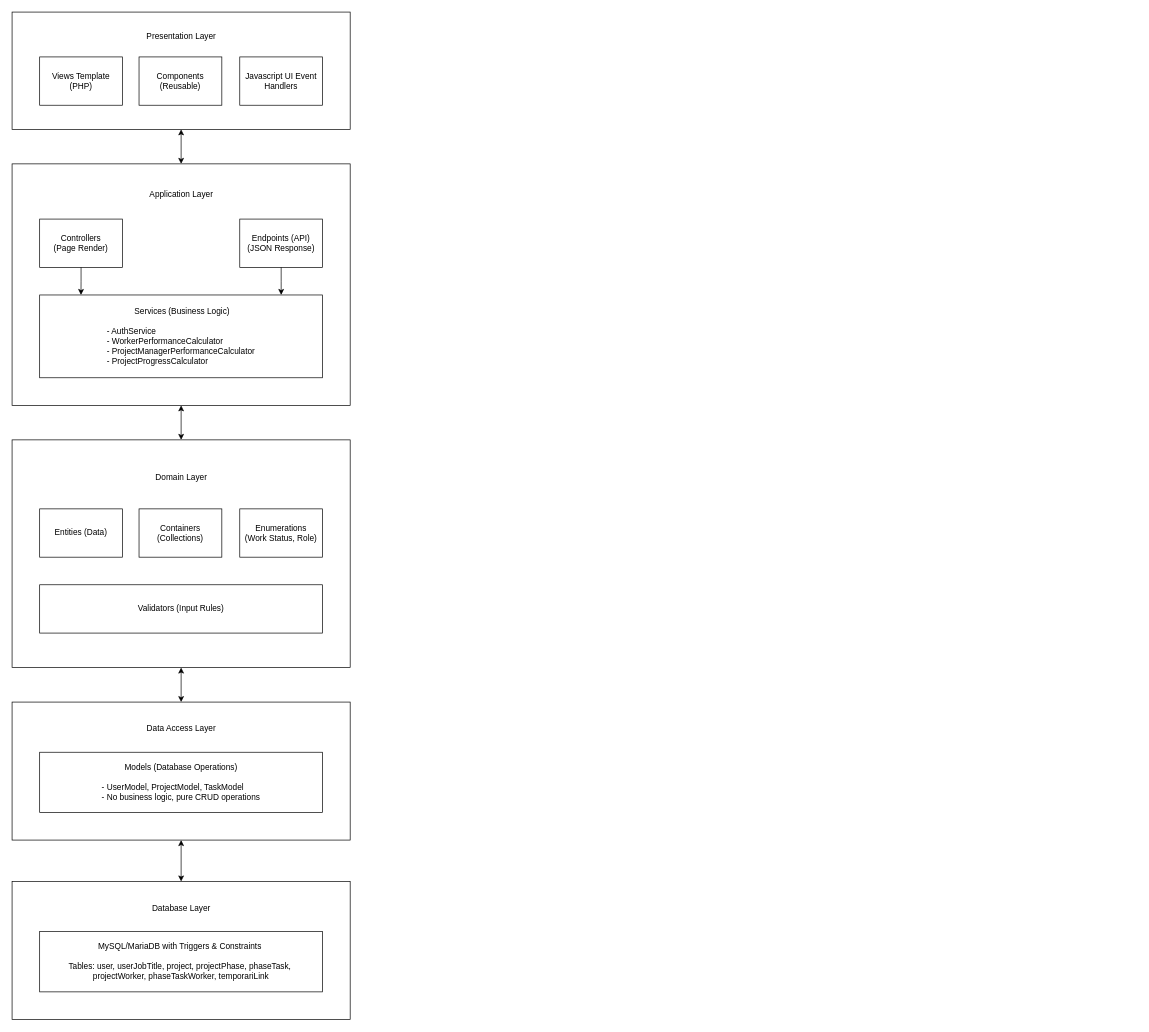
krtScrtr004/TaskFlow keeps this draw.io diagram as documentation/System Architercture Diagram v1.drawio. Above is the earlier version. Source tidied: cells renumbered, new cells numbered last; positions are measured from the earlier drawing's top-left corner, leaving out a move shared by most shapes. Both pictures are drawn from the tidied source at 69%, with x=0, y=0 at pixel (12, 12).
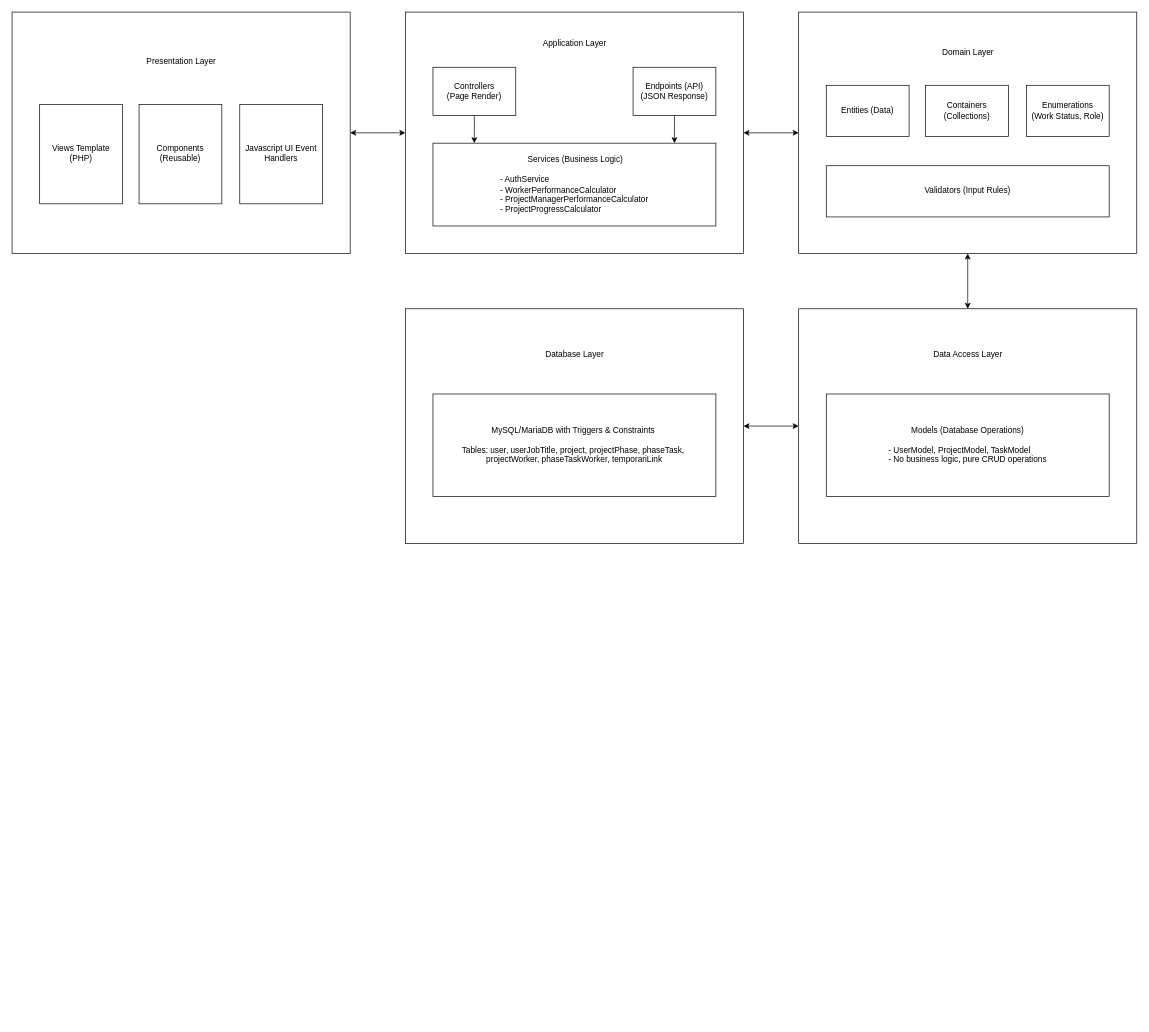
After the change.

Unchanged cells that the change refers to:
```xml
<mxCell id="4" style="rounded=0;whiteSpace=wrap;html=1;spacingTop=-1;" parent="3" vertex="1">
  <mxGeometry width="490" height="350" as="geometry" />
</mxCell>
```

The edit, as a diff of the source:
```diff
@@
     <mxCell id="3" style="group;spacingTop=-1;" parent="1" vertex="1">
-      <mxGeometry y="220" width="490" height="350" as="geometry" />
+      <mxGeometry x="570" width="490" height="350" as="geometry" />
     </mxCell>
@@
     <mxCell id="11" style="group;spacingTop=-1;" parent="1" vertex="1">
-      <mxGeometry width="490" height="170" as="geometry" />
+      <mxGeometry width="490" height="350" as="geometry" />
     </mxCell>
     <mxCell id="12" style="rounded=0;whiteSpace=wrap;html=1;spacingTop=-1;" parent="11" vertex="1">
-      <mxGeometry width="490" height="170" as="geometry" />
+      <mxGeometry width="490" height="350" as="geometry" />
     </mxCell>
     <mxCell id="13" value="Presentation Layer" style="text;html=1;align=center;verticalAlign=middle;whiteSpace=wrap;rounded=0;spacingTop=-1;" parent="11" vertex="1">
-      <mxGeometry x="172.5" y="20" width="145" height="30" as="geometry" />
+      <mxGeometry x="172.5" y="41.2" width="145" height="61.8" as="geometry" />
     </mxCell>
     <mxCell id="14" value="Views Template&lt;div&gt;(PHP)&lt;/div&gt;" style="rounded=0;whiteSpace=wrap;html=1;spacingTop=-1;" parent="11" vertex="1">
-      <mxGeometry x="40" y="65" width="120" height="70" as="geometry" />
+      <mxGeometry x="40" y="133.8" width="120" height="144.1" as="geometry" />
     </mxCell>
     <mxCell id="15" value="Components&lt;div&gt;(Reusable)&lt;/div&gt;" style="rounded=0;whiteSpace=wrap;html=1;spacingTop=-1;" parent="11" vertex="1">
-      <mxGeometry x="184" y="65" width="120" height="70" as="geometry" />
+      <mxGeometry x="184" y="133.8" width="120" height="144.1" as="geometry" />
     </mxCell>
     <mxCell id="16" value="Javascript UI Event Handlers" style="rounded=0;whiteSpace=wrap;html=1;spacingTop=-1;" parent="11" vertex="1">
-      <mxGeometry x="330" y="65" width="120" height="70" as="geometry" />
+      <mxGeometry x="330" y="133.8" width="120" height="144.1" as="geometry" />
     </mxCell>
-    <mxCell id="17" style="edgeStyle=orthogonalEdgeStyle;rounded=0;jettySize=auto;html=1;entryX=0.5;entryY=0;entryDx=0;entryDy=0;startArrow=classic;startFill=1;spacingTop=-1;" parent="1" edge="1" source="4" target="19">
-      <mxGeometry relative="1" as="geometry" />
+    <mxCell id="17" style="edgeStyle=orthogonalEdgeStyle;rounded=0;jettySize=auto;html=1;entryX=0;entryY=0.5;entryDx=0;entryDy=0;startArrow=classic;startFill=1;spacingTop=-1;" parent="1" edge="1" source="4" target="19">
+      <mxGeometry relative="1" as="geometry">
+        <Array as="points">
+          <mxPoint x="1120" y="175" />
+        </Array>
+      </mxGeometry>
     </mxCell>
     <mxCell id="18" style="group;spacingTop=-1;" parent="1" vertex="1">
-      <mxGeometry y="620" width="490" height="330" as="geometry" />
+      <mxGeometry x="1140" width="490" height="350" as="geometry" />
     </mxCell>
     <mxCell id="19" style="rounded=0;whiteSpace=wrap;html=1;spacingTop=-1;" parent="18" vertex="1">
-      <mxGeometry width="490" height="330" as="geometry" />
+      <mxGeometry width="490" height="350" as="geometry" />
     </mxCell>
     <mxCell id="20" value="Entities (Data)" style="rounded=0;whiteSpace=wrap;html=1;spacingTop=-1;" parent="18" vertex="1">
-      <mxGeometry x="40" y="100" width="120" height="70" as="geometry" />
+      <mxGeometry x="40" y="106.1" width="120" height="74.2" as="geometry" />
     </mxCell>
     <mxCell id="21" value="Containers (Collections)" style="rounded=0;whiteSpace=wrap;html=1;spacingTop=-1;" parent="18" vertex="1">
-      <mxGeometry x="184" y="100" width="120" height="70" as="geometry" />
+      <mxGeometry x="184" y="106.1" width="120" height="74.2" as="geometry" />
     </mxCell>
     <mxCell id="22" value="Enumerations&lt;div&gt;(Work Status, Role)&lt;/div&gt;" style="rounded=0;whiteSpace=wrap;html=1;spacingTop=-1;" parent="18" vertex="1">
-      <mxGeometry x="330" y="100" width="120" height="70" as="geometry" />
+      <mxGeometry x="330" y="106.1" width="120" height="74.2" as="geometry" />
     </mxCell>
     <mxCell id="23" value="Domain Layer" style="text;html=1;align=center;verticalAlign=middle;whiteSpace=wrap;rounded=0;spacingTop=-1;" parent="18" vertex="1">
-      <mxGeometry x="172.5" y="40" width="145" height="30" as="geometry" />
+      <mxGeometry x="172.5" y="42.4" width="145" height="31.8" as="geometry" />
     </mxCell>
     <mxCell id="24" value="Validators (Input Rules)" style="rounded=0;whiteSpace=wrap;html=1;spacingTop=-1;" parent="18" vertex="1">
-      <mxGeometry x="40" y="210" width="410" height="70" as="geometry" />
+      <mxGeometry x="40" y="222.7" width="410" height="74.2" as="geometry" />
     </mxCell>
     <mxCell id="25" style="group;spacingTop=-1;" parent="1" vertex="1">
-      <mxGeometry y="1000" width="490" height="200" as="geometry" />
+      <mxGeometry x="1140" y="430" width="490" height="340" as="geometry" />
     </mxCell>
     <mxCell id="26" style="rounded=0;whiteSpace=wrap;html=1;spacingTop=-1;" parent="25" vertex="1">
-      <mxGeometry width="490" height="200" as="geometry" />
+      <mxGeometry width="490" height="340" as="geometry" />
     </mxCell>
     <mxCell id="27" value="Data Access Layer" style="text;html=1;align=center;verticalAlign=middle;whiteSpace=wrap;rounded=0;spacingTop=-1;" parent="25" vertex="1">
-      <mxGeometry x="172.5" y="22.4" width="145" height="33.5" as="geometry" />
+      <mxGeometry x="172.5" y="38" width="145" height="57" as="geometry" />
     </mxCell>
     <mxCell id="28" value="Models (Database Operations)&lt;div&gt;&lt;br&gt;&lt;/div&gt;&lt;div style=&quot;text-align: left;&quot;&gt;- UserModel, ProjectModel, TaskModel&lt;/div&gt;&lt;div style=&quot;text-align: left;&quot;&gt;- No business logic, pure CRUD operations&lt;/div&gt;" style="rounded=0;whiteSpace=wrap;html=1;spacingTop=-1;" parent="25" vertex="1">
-      <mxGeometry x="40" y="72.7" width="410" height="87.3" as="geometry" />
+      <mxGeometry x="40" y="123.5" width="410" height="148.5" as="geometry" />
     </mxCell>
@@
     <mxCell id="30" style="group;spacingTop=-1;" parent="1" vertex="1">
-      <mxGeometry y="1260" width="490" height="200" as="geometry" />
+      <mxGeometry x="570" y="430" width="490" height="340" as="geometry" />
     </mxCell>
     <mxCell id="31" style="rounded=0;whiteSpace=wrap;html=1;spacingTop=-1;" parent="30" vertex="1">
-      <mxGeometry width="490" height="200" as="geometry" />
+      <mxGeometry width="490" height="340" as="geometry" />
     </mxCell>
     <mxCell id="32" value="Database Layer" style="text;html=1;align=center;verticalAlign=middle;whiteSpace=wrap;rounded=0;spacingTop=-1;" parent="30" vertex="1">
-      <mxGeometry x="172.5" y="22.4" width="145" height="33.5" as="geometry" />
+      <mxGeometry x="172.5" y="38" width="145" height="57" as="geometry" />
     </mxCell>
     <mxCell id="33" value="MySQL/MariaDB with Triggers &amp;amp; Constraints&amp;nbsp;&lt;div&gt;&lt;br&gt;&lt;/div&gt;&lt;div style=&quot;&quot;&gt;Tables: user, userJobTitle, project, projectPhase, phaseTask,&amp;nbsp;&lt;/div&gt;&lt;div style=&quot;&quot;&gt;projectWorker, phaseTaskWorker, temporariLink&lt;/div&gt;" style="rounded=0;whiteSpace=wrap;html=1;spacingTop=-1;" parent="30" vertex="1">
-      <mxGeometry x="40" y="72.7" width="410" height="87.3" as="geometry" />
+      <mxGeometry x="40" y="123.5" width="410" height="148.5" as="geometry" />
     </mxCell>
-    <mxCell id="34" style="edgeStyle=orthogonalEdgeStyle;rounded=0;jettySize=auto;html=1;entryX=0.5;entryY=0;entryDx=0;entryDy=0;startArrow=classic;startFill=1;" parent="1" edge="1" source="26" target="31">
+    <mxCell id="34" style="edgeStyle=orthogonalEdgeStyle;rounded=0;jettySize=auto;html=1;entryX=1;entryY=0.5;entryDx=0;entryDy=0;startArrow=classic;startFill=1;" parent="1" edge="1" source="26" target="31">
       <mxGeometry relative="1" as="geometry" />
     </mxCell>
```
